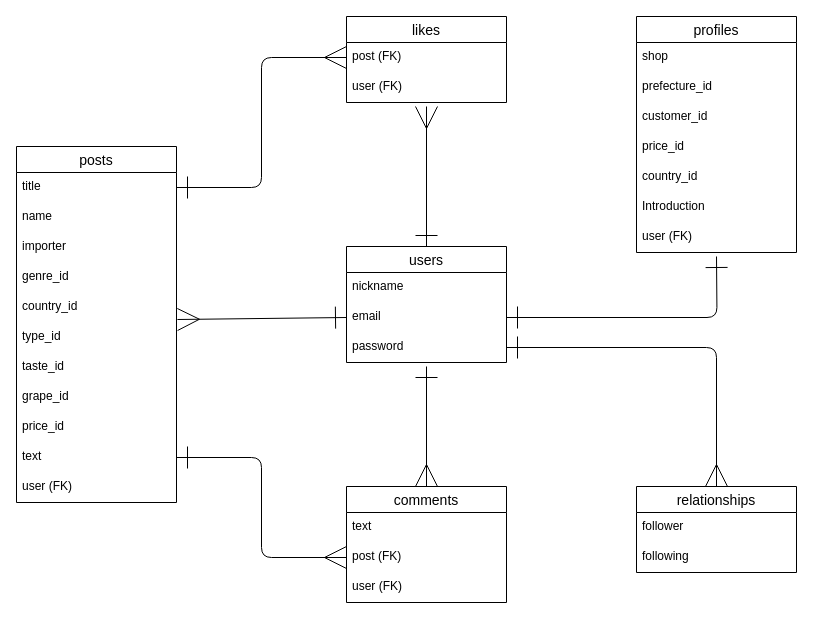
chicorycoffee/wineshopclub keeps this draw.io diagram as ER .dio. Above is the earlier version. Source tidied: cells renumbered, new cells numbered last; positions are measured from the earlier drawing's top-left corner, leaving out a move shared by most shapes. Both pictures are drawn from the tidied source at 100%, with x=0, y=0 at pixel (16, 16).
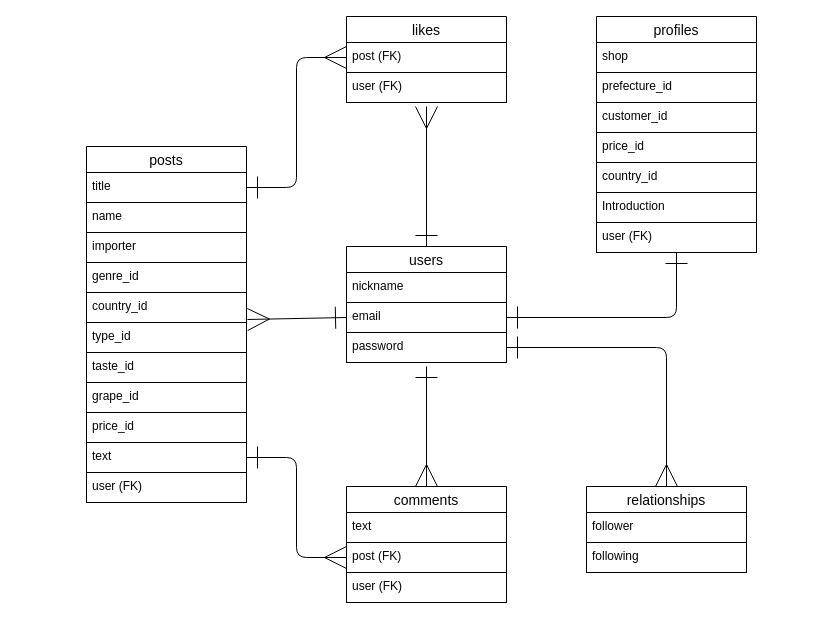
The same diagram, later.

What changed in the source:
```diff
@@
-<mxGraphModel>
+<mxGraphModel background="#ffffff">
@@
-    <mxCell id="2" value="posts" style="swimlane;fontStyle=0;horizontal=1;startSize=26;align=center;fontSize=14;" parent="1" vertex="1">
-      <mxGeometry y="130" width="160" height="356" as="geometry" />
+    <mxCell id="2" value="posts" style="swimlane;fontStyle=0;horizontal=1;startSize=26;align=center;fontSize=14;fillColor=#FFFFFF;strokeColor=#000000;fontColor=#050505;" parent="1" vertex="1">
+      <mxGeometry x="70" y="130" width="160" height="356" as="geometry" />
     </mxCell>
-    <mxCell id="3" value="title" style="text;strokeColor=none;fillColor=none;spacingLeft=4;spacingRight=4;overflow=hidden;points=[[0,0.5],[1,0.5]];portConstraint=eastwest;fontSize=12;" parent="2" vertex="1">
+    <mxCell id="3" value="title" style="text;strokeColor=#000000;fillColor=#FFFFFF;spacingLeft=4;spacingRight=4;overflow=hidden;points=[[0,0.5],[1,0.5]];portConstraint=eastwest;fontSize=12;fontColor=#050505;" parent="2" vertex="1">
       <mxGeometry y="26" width="160" height="30" as="geometry" />
     </mxCell>
-    <mxCell id="4" value="name" style="text;strokeColor=none;fillColor=none;spacingLeft=4;spacingRight=4;overflow=hidden;fontSize=12;" parent="2" vertex="1">
+    <mxCell id="4" value="name" style="text;strokeColor=#000000;fillColor=#FFFFFF;spacingLeft=4;spacingRight=4;overflow=hidden;fontSize=12;fontColor=#050505;" parent="2" vertex="1">
       <mxGeometry y="56" width="160" height="30" as="geometry" />
     </mxCell>
-    <mxCell id="5" value="importer" style="text;strokeColor=none;fillColor=none;spacingLeft=4;spacingRight=4;overflow=hidden;fontSize=12;" parent="2" vertex="1">
+    <mxCell id="5" value="importer" style="text;strokeColor=#000000;fillColor=#FFFFFF;spacingLeft=4;spacingRight=4;overflow=hidden;fontSize=12;fontColor=#050505;" parent="2" vertex="1">
       <mxGeometry y="86" width="160" height="30" as="geometry" />
     </mxCell>
-    <mxCell id="6" value="genre_id&#10;" style="text;strokeColor=none;fillColor=none;spacingLeft=4;spacingRight=4;overflow=hidden;fontSize=12;" parent="2" vertex="1">
+    <mxCell id="6" value="genre_id&#10;" style="text;strokeColor=#000000;fillColor=#FFFFFF;spacingLeft=4;spacingRight=4;overflow=hidden;fontSize=12;fontColor=#050505;" parent="2" vertex="1">
       <mxGeometry y="116" width="160" height="30" as="geometry" />
     </mxCell>
-    <mxCell id="7" value="country_id" style="text;strokeColor=none;fillColor=none;spacingLeft=4;spacingRight=4;overflow=hidden;fontSize=12;" parent="2" vertex="1">
+    <mxCell id="7" value="country_id" style="text;strokeColor=#000000;fillColor=#FFFFFF;spacingLeft=4;spacingRight=4;overflow=hidden;fontSize=12;fontColor=#050505;" parent="2" vertex="1">
       <mxGeometry y="146" width="160" height="30" as="geometry" />
     </mxCell>
-    <mxCell id="8" value="type_id&#10;" style="text;strokeColor=none;fillColor=none;spacingLeft=4;spacingRight=4;overflow=hidden;points=[[0,0.5],[1,0.5]];portConstraint=eastwest;fontSize=12;" parent="2" vertex="1">
+    <mxCell id="8" value="type_id&#10;" style="text;strokeColor=#000000;fillColor=#FFFFFF;spacingLeft=4;spacingRight=4;overflow=hidden;points=[[0,0.5],[1,0.5]];portConstraint=eastwest;fontSize=12;fontColor=#050505;" parent="2" vertex="1">
       <mxGeometry y="176" width="160" height="30" as="geometry" />
     </mxCell>
-    <mxCell id="9" value="taste_id" style="text;strokeColor=none;fillColor=none;spacingLeft=4;spacingRight=4;overflow=hidden;fontSize=12;" parent="2" vertex="1">
+    <mxCell id="9" value="taste_id" style="text;strokeColor=#000000;fillColor=#FFFFFF;spacingLeft=4;spacingRight=4;overflow=hidden;fontSize=12;fontColor=#050505;" parent="2" vertex="1">
       <mxGeometry y="206" width="160" height="30" as="geometry" />
     </mxCell>
-    <mxCell id="10" value="grape_id" style="text;strokeColor=none;fillColor=none;spacingLeft=4;spacingRight=4;overflow=hidden;fontSize=12;" parent="2" vertex="1">
+    <mxCell id="10" value="grape_id" style="text;strokeColor=#000000;fillColor=#FFFFFF;spacingLeft=4;spacingRight=4;overflow=hidden;fontSize=12;fontColor=#050505;" parent="2" vertex="1">
       <mxGeometry y="236" width="160" height="30" as="geometry" />
     </mxCell>
-    <mxCell id="11" value="price_id" style="text;strokeColor=none;fillColor=none;spacingLeft=4;spacingRight=4;overflow=hidden;fontSize=12;" parent="2" vertex="1">
+    <mxCell id="11" value="price_id" style="text;strokeColor=#000000;fillColor=#FFFFFF;spacingLeft=4;spacingRight=4;overflow=hidden;fontSize=12;fontColor=#050505;" parent="2" vertex="1">
       <mxGeometry y="266" width="160" height="30" as="geometry" />
     </mxCell>
-    <mxCell id="12" value="text" style="text;strokeColor=none;fillColor=none;spacingLeft=4;spacingRight=4;overflow=hidden;points=[[0,0.5],[1,0.5]];portConstraint=eastwest;fontSize=12;" parent="2" vertex="1">
+    <mxCell id="12" value="text" style="text;strokeColor=#000000;fillColor=#FFFFFF;spacingLeft=4;spacingRight=4;overflow=hidden;points=[[0,0.5],[1,0.5]];portConstraint=eastwest;fontSize=12;fontColor=#050505;" parent="2" vertex="1">
       <mxGeometry y="296" width="160" height="30" as="geometry" />
     </mxCell>
-    <mxCell id="13" value="user (FK)&#10;" style="text;strokeColor=none;fillColor=none;spacingLeft=4;spacingRight=4;overflow=hidden;fontSize=12;" parent="2" vertex="1">
+    <mxCell id="13" value="user (FK)&#10;" style="text;strokeColor=#000000;fillColor=#FFFFFF;spacingLeft=4;spacingRight=4;overflow=hidden;fontSize=12;fontColor=#050505;" parent="2" vertex="1">
       <mxGeometry y="326" width="160" height="30" as="geometry" />
     </mxCell>
-    <mxCell id="14" style="edgeStyle=orthogonalEdgeStyle;html=1;exitX=0.5;exitY=0;exitDx=0;exitDy=0;strokeWidth=1;startArrow=ERone;startFill=0;endArrow=ERmany;endFill=0;startSize=20;endSize=20;" parent="1" edge="1" source="15">
+    <mxCell id="14" style="edgeStyle=orthogonalEdgeStyle;html=1;exitX=0.5;exitY=0;exitDx=0;exitDy=0;strokeWidth=1;startArrow=ERone;startFill=0;endArrow=ERmany;endFill=0;startSize=20;endSize=20;fillColor=#FFFFFF;strokeColor=#000000;fontColor=#050505;" parent="1" edge="1" source="15">
       <mxGeometry relative="1" as="geometry">
         <mxPoint x="410" y="90" as="targetPoint" />
       </mxGeometry>
     </mxCell>
-    <mxCell id="15" value="users" style="swimlane;fontStyle=0;horizontal=1;startSize=26;align=center;fontSize=14;" parent="1" vertex="1">
+    <mxCell id="15" value="users" style="swimlane;fontStyle=0;horizontal=1;startSize=26;align=center;fontSize=14;fillColor=#FFFFFF;strokeColor=#000000;fontColor=#050505;" parent="1" vertex="1">
       <mxGeometry x="330" y="230" width="160" height="116" as="geometry" />
     </mxCell>
-    <mxCell id="16" value="nickname" style="text;strokeColor=none;fillColor=none;spacingLeft=4;spacingRight=4;overflow=hidden;fontSize=12;" parent="15" vertex="1">
+    <mxCell id="16" value="nickname" style="text;strokeColor=#000000;fillColor=#FFFFFF;spacingLeft=4;spacingRight=4;overflow=hidden;fontSize=12;fontColor=#050505;" parent="15" vertex="1">
       <mxGeometry y="26" width="160" height="30" as="geometry" />
     </mxCell>
-    <mxCell id="17" value="email" style="text;strokeColor=none;fillColor=none;spacingLeft=4;spacingRight=4;overflow=hidden;points=[[0,0.5],[1,0.5]];portConstraint=eastwest;fontSize=12;" parent="15" vertex="1">
+    <mxCell id="17" value="email" style="text;strokeColor=#000000;fillColor=#FFFFFF;spacingLeft=4;spacingRight=4;overflow=hidden;points=[[0,0.5],[1,0.5]];portConstraint=eastwest;fontSize=12;fontColor=#050505;" parent="15" vertex="1">
       <mxGeometry y="56" width="160" height="30" as="geometry" />
     </mxCell>
-    <mxCell id="18" value="password" style="text;strokeColor=none;fillColor=none;spacingLeft=4;spacingRight=4;overflow=hidden;points=[[0,0.5],[1,0.5]];portConstraint=eastwest;fontSize=12;" parent="15" vertex="1">
+    <mxCell id="18" value="password" style="text;strokeColor=#000000;fillColor=#FFFFFF;spacingLeft=4;spacingRight=4;overflow=hidden;points=[[0,0.5],[1,0.5]];portConstraint=eastwest;fontSize=12;fontColor=#050505;" parent="15" vertex="1">
       <mxGeometry y="86" width="160" height="30" as="geometry" />
     </mxCell>
-    <mxCell id="19" value="profiles" style="swimlane;fontStyle=0;horizontal=1;startSize=26;align=center;fontSize=14;" parent="1" vertex="1">
-      <mxGeometry x="620" width="160" height="236" as="geometry" />
+    <mxCell id="19" value="profiles" style="swimlane;fontStyle=0;horizontal=1;startSize=26;align=center;fontSize=14;fillColor=#FFFFFF;strokeColor=#000000;fontColor=#050505;" parent="1" vertex="1">
+      <mxGeometry x="580" width="160" height="236" as="geometry" />
     </mxCell>
-    <mxCell id="20" value="shop" style="text;strokeColor=none;fillColor=none;spacingLeft=4;spacingRight=4;overflow=hidden;fontSize=12;" parent="19" vertex="1">
+    <mxCell id="20" value="shop" style="text;strokeColor=#000000;fillColor=#FFFFFF;spacingLeft=4;spacingRight=4;overflow=hidden;fontSize=12;fontColor=#050505;" parent="19" vertex="1">
       <mxGeometry y="26" width="160" height="30" as="geometry" />
     </mxCell>
-    <mxCell id="21" value="prefecture_id" style="text;strokeColor=none;fillColor=none;spacingLeft=4;spacingRight=4;overflow=hidden;fontSize=12;" parent="19" vertex="1">
+    <mxCell id="21" value="prefecture_id" style="text;strokeColor=#000000;fillColor=#FFFFFF;spacingLeft=4;spacingRight=4;overflow=hidden;fontSize=12;fontColor=#050505;" parent="19" vertex="1">
       <mxGeometry y="56" width="160" height="30" as="geometry" />
     </mxCell>
-    <mxCell id="22" value="customer_id" style="text;strokeColor=none;fillColor=none;spacingLeft=4;spacingRight=4;overflow=hidden;fontSize=12;" parent="19" vertex="1">
+    <mxCell id="22" value="customer_id" style="text;strokeColor=#000000;fillColor=#FFFFFF;spacingLeft=4;spacingRight=4;overflow=hidden;fontSize=12;fontColor=#050505;" parent="19" vertex="1">
       <mxGeometry y="86" width="160" height="30" as="geometry" />
     </mxCell>
-    <mxCell id="23" value="price_id" style="text;strokeColor=none;fillColor=none;spacingLeft=4;spacingRight=4;overflow=hidden;fontSize=12;" parent="19" vertex="1">
+    <mxCell id="23" value="price_id" style="text;strokeColor=#000000;fillColor=#FFFFFF;spacingLeft=4;spacingRight=4;overflow=hidden;fontSize=12;fontColor=#050505;" parent="19" vertex="1">
       <mxGeometry y="116" width="160" height="30" as="geometry" />
     </mxCell>
-    <mxCell id="24" value="country_id" style="text;strokeColor=none;fillColor=none;spacingLeft=4;spacingRight=4;overflow=hidden;fontSize=12;" parent="19" vertex="1">
+    <mxCell id="24" value="country_id" style="text;strokeColor=#000000;fillColor=#FFFFFF;spacingLeft=4;spacingRight=4;overflow=hidden;fontSize=12;fontColor=#050505;" parent="19" vertex="1">
       <mxGeometry y="146" width="160" height="30" as="geometry" />
     </mxCell>
-    <mxCell id="25" value="Introduction" style="text;strokeColor=none;fillColor=none;spacingLeft=4;spacingRight=4;overflow=hidden;fontSize=12;" parent="19" vertex="1">
+    <mxCell id="25" value="Introduction" style="text;strokeColor=#000000;fillColor=#FFFFFF;spacingLeft=4;spacingRight=4;overflow=hidden;fontSize=12;fontColor=#050505;" parent="19" vertex="1">
       <mxGeometry y="176" width="160" height="30" as="geometry" />
     </mxCell>
-    <mxCell id="26" value="user (FK)" style="text;strokeColor=none;fillColor=none;spacingLeft=4;spacingRight=4;overflow=hidden;fontSize=12;" parent="19" vertex="1">
+    <mxCell id="26" value="user (FK)" style="text;strokeColor=#000000;fillColor=#FFFFFF;spacingLeft=4;spacingRight=4;overflow=hidden;fontSize=12;fontColor=#050505;" parent="19" vertex="1">
       <mxGeometry y="206" width="160" height="30" as="geometry" />
     </mxCell>
-    <mxCell id="27" value="relationships" style="swimlane;fontStyle=0;horizontal=1;startSize=26;align=center;fontSize=14;" parent="1" vertex="1">
-      <mxGeometry x="620" y="470" width="160" height="86" as="geometry" />
+    <mxCell id="27" value="relationships" style="swimlane;fontStyle=0;horizontal=1;startSize=26;align=center;fontSize=14;fillColor=#FFFFFF;strokeColor=#000000;fontColor=#050505;" parent="1" vertex="1">
+      <mxGeometry x="570" y="470" width="160" height="86" as="geometry" />
     </mxCell>
-    <mxCell id="28" value="follower" style="text;strokeColor=none;fillColor=none;spacingLeft=4;spacingRight=4;overflow=hidden;fontSize=12;" parent="27" vertex="1">
+    <mxCell id="28" value="follower" style="text;strokeColor=#000000;fillColor=#FFFFFF;spacingLeft=4;spacingRight=4;overflow=hidden;fontSize=12;fontColor=#050505;" parent="27" vertex="1">
       <mxGeometry y="26" width="160" height="30" as="geometry" />
     </mxCell>
-    <mxCell id="29" value="following" style="text;strokeColor=none;fillColor=none;spacingLeft=4;spacingRight=4;overflow=hidden;fontSize=12;" parent="27" vertex="1">
+    <mxCell id="29" value="following" style="text;strokeColor=#000000;fillColor=#FFFFFF;spacingLeft=4;spacingRight=4;overflow=hidden;fontSize=12;fontColor=#050505;" parent="27" vertex="1">
       <mxGeometry y="56" width="160" height="30" as="geometry" />
     </mxCell>
-    <mxCell id="30" style="edgeStyle=orthogonalEdgeStyle;html=1;exitX=0.5;exitY=0;exitDx=0;exitDy=0;strokeWidth=1;startArrow=ERmany;startFill=0;endArrow=ERone;endFill=0;startSize=20;endSize=20;" parent="1" edge="1" source="31">
+    <mxCell id="30" style="edgeStyle=orthogonalEdgeStyle;html=1;exitX=0.5;exitY=0;exitDx=0;exitDy=0;strokeWidth=1;startArrow=ERmany;startFill=0;endArrow=ERone;endFill=0;startSize=20;endSize=20;fillColor=#FFFFFF;strokeColor=#000000;fontColor=#050505;" parent="1" edge="1" source="31">
       <mxGeometry relative="1" as="geometry">
         <mxPoint x="410" y="350" as="targetPoint" />
       </mxGeometry>
     </mxCell>
-    <mxCell id="31" value="comments" style="swimlane;fontStyle=0;horizontal=1;startSize=26;align=center;fontSize=14;" parent="1" vertex="1">
+    <mxCell id="31" value="comments" style="swimlane;fontStyle=0;horizontal=1;startSize=26;align=center;fontSize=14;fillColor=#FFFFFF;strokeColor=#000000;fontColor=#050505;" parent="1" vertex="1">
       <mxGeometry x="330" y="470" width="160" height="116" as="geometry" />
     </mxCell>
-    <mxCell id="32" value="text" style="text;strokeColor=none;fillColor=none;spacingLeft=4;spacingRight=4;overflow=hidden;fontSize=12;" parent="31" vertex="1">
+    <mxCell id="32" value="text" style="text;strokeColor=#000000;fillColor=#FFFFFF;spacingLeft=4;spacingRight=4;overflow=hidden;fontSize=12;fontColor=#050505;" parent="31" vertex="1">
       <mxGeometry y="26" width="160" height="30" as="geometry" />
     </mxCell>
-    <mxCell id="33" value="post (FK)&#10;" style="text;strokeColor=none;fillColor=none;spacingLeft=4;spacingRight=4;overflow=hidden;points=[[0,0.5],[1,0.5]];portConstraint=eastwest;fontSize=12;" parent="31" vertex="1">
+    <mxCell id="33" value="post (FK)&#10;" style="text;strokeColor=#000000;fillColor=#FFFFFF;spacingLeft=4;spacingRight=4;overflow=hidden;points=[[0,0.5],[1,0.5]];portConstraint=eastwest;fontSize=12;fontColor=#050505;" parent="31" vertex="1">
       <mxGeometry y="56" width="160" height="30" as="geometry" />
     </mxCell>
-    <mxCell id="34" value="user (FK)" style="text;strokeColor=none;fillColor=none;spacingLeft=4;spacingRight=4;overflow=hidden;fontSize=12;" parent="31" vertex="1">
+    <mxCell id="34" value="user (FK)" style="text;strokeColor=#000000;fillColor=#FFFFFF;spacingLeft=4;spacingRight=4;overflow=hidden;fontSize=12;fontColor=#050505;" parent="31" vertex="1">
       <mxGeometry y="86" width="160" height="30" as="geometry" />
     </mxCell>
-    <mxCell id="35" value="likes" style="swimlane;fontStyle=0;horizontal=1;startSize=26;align=center;fontSize=14;" parent="1" vertex="1">
+    <mxCell id="35" value="likes" style="swimlane;fontStyle=0;horizontal=1;startSize=26;align=center;fontSize=14;fillColor=#FFFFFF;strokeColor=#000000;fontColor=#050505;" parent="1" vertex="1">
       <mxGeometry x="330" width="160" height="86" as="geometry" />
     </mxCell>
-    <mxCell id="36" value="post (FK)" style="text;strokeColor=none;fillColor=none;spacingLeft=4;spacingRight=4;overflow=hidden;points=[[0,0.5],[1,0.5]];portConstraint=eastwest;fontSize=12;" parent="35" vertex="1">
+    <mxCell id="36" value="post (FK)" style="text;strokeColor=#000000;fillColor=#FFFFFF;spacingLeft=4;spacingRight=4;overflow=hidden;points=[[0,0.5],[1,0.5]];portConstraint=eastwest;fontSize=12;fontColor=#050505;" parent="35" vertex="1">
       <mxGeometry y="26" width="160" height="30" as="geometry" />
     </mxCell>
-    <mxCell id="37" value="user (FK)" style="text;strokeColor=none;fillColor=none;spacingLeft=4;spacingRight=4;overflow=hidden;fontSize=12;" parent="35" vertex="1">
+    <mxCell id="37" value="user (FK)" style="text;strokeColor=#000000;fillColor=#FFFFFF;spacingLeft=4;spacingRight=4;overflow=hidden;fontSize=12;fontColor=#050505;" parent="35" vertex="1">
       <mxGeometry y="56" width="160" height="30" as="geometry" />
     </mxCell>
-    <mxCell id="38" style="edgeStyle=orthogonalEdgeStyle;html=1;exitX=1;exitY=0.5;exitDx=0;exitDy=0;entryX=0;entryY=0.5;entryDx=0;entryDy=0;strokeWidth=1;startArrow=ERone;startFill=0;endArrow=ERmany;endFill=0;startSize=20;endSize=20;" parent="1" edge="1" source="12" target="33">
+    <mxCell id="38" style="edgeStyle=orthogonalEdgeStyle;html=1;exitX=1;exitY=0.5;exitDx=0;exitDy=0;entryX=0;entryY=0.5;entryDx=0;entryDy=0;strokeWidth=1;startArrow=ERone;startFill=0;endArrow=ERmany;endFill=0;startSize=20;endSize=20;fillColor=#FFFFFF;strokeColor=#000000;fontColor=#050505;" parent="1" edge="1" source="12" target="33">
       <mxGeometry relative="1" as="geometry" />
     </mxCell>
-    <mxCell id="39" style="edgeStyle=orthogonalEdgeStyle;html=1;exitX=1;exitY=0.5;exitDx=0;exitDy=0;entryX=0;entryY=0.5;entryDx=0;entryDy=0;strokeWidth=1;startArrow=ERone;startFill=0;endArrow=ERmany;endFill=0;startSize=20;endSize=20;" parent="1" edge="1" source="3" target="36">
+    <mxCell id="39" style="edgeStyle=orthogonalEdgeStyle;html=1;exitX=1;exitY=0.5;exitDx=0;exitDy=0;entryX=0;entryY=0.5;entryDx=0;entryDy=0;strokeWidth=1;startArrow=ERone;startFill=0;endArrow=ERmany;endFill=0;startSize=20;endSize=20;fillColor=#FFFFFF;strokeColor=#000000;fontColor=#050505;" parent="1" edge="1" source="3" target="36">
       <mxGeometry relative="1" as="geometry" />
     </mxCell>
-    <mxCell id="40" style="edgeStyle=orthogonalEdgeStyle;html=1;exitX=1;exitY=0.5;exitDx=0;exitDy=0;strokeWidth=1;startArrow=ERone;startFill=0;endArrow=ERmany;endFill=0;startSize=20;endSize=20;" parent="1" edge="1" source="18" target="27">
+    <mxCell id="40" style="edgeStyle=orthogonalEdgeStyle;html=1;exitX=1;exitY=0.5;exitDx=0;exitDy=0;strokeWidth=1;startArrow=ERone;startFill=0;endArrow=ERmany;endFill=0;startSize=20;endSize=20;fillColor=#FFFFFF;strokeColor=#000000;fontColor=#050505;" parent="1" edge="1" source="18" target="27">
       <mxGeometry relative="1" as="geometry" />
     </mxCell>
-    <mxCell id="41" style="edgeStyle=none;html=1;exitX=1.006;exitY=-0.1;exitDx=0;exitDy=0;entryX=0;entryY=0.5;entryDx=0;entryDy=0;endArrow=ERone;endFill=0;startArrow=ERmany;startFill=0;endSize=20;startSize=20;exitPerimeter=0;" parent="1" edge="1" source="8" target="17">
+    <mxCell id="41" style="edgeStyle=none;html=1;exitX=1.006;exitY=-0.1;exitDx=0;exitDy=0;entryX=0;entryY=0.5;entryDx=0;entryDy=0;endArrow=ERone;endFill=0;startArrow=ERmany;startFill=0;endSize=20;startSize=20;exitPerimeter=0;fillColor=#FFFFFF;strokeColor=#000000;fontColor=#050505;" parent="1" edge="1" source="8" target="17">
       <mxGeometry relative="1" as="geometry" />
     </mxCell>
-    <mxCell id="42" style="edgeStyle=orthogonalEdgeStyle;html=1;exitX=1;exitY=0.5;exitDx=0;exitDy=0;startArrow=ERone;startFill=0;endArrow=ERone;endFill=0;startSize=20;endSize=20;" parent="1" edge="1" source="17">
+    <mxCell id="42" style="edgeStyle=orthogonalEdgeStyle;html=1;exitX=1;exitY=0.5;exitDx=0;exitDy=0;startArrow=ERone;startFill=0;endArrow=ERone;endFill=0;startSize=20;endSize=20;fillColor=#FFFFFF;strokeColor=#000000;fontColor=#050505;entryX=0.5;entryY=1;entryDx=0;entryDy=0;" parent="1" edge="1" source="17" target="19">
       <mxGeometry relative="1" as="geometry">
-        <mxPoint x="700" y="240" as="targetPoint" />
+        <Array as="points">
+          <mxPoint x="660" y="301" />
+        </Array>
       </mxGeometry>
     </mxCell>
```
